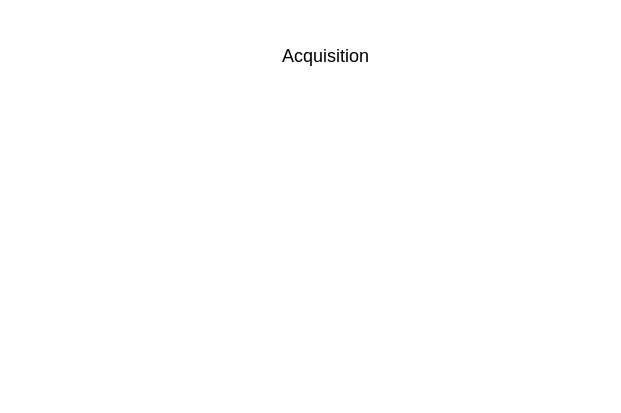
Earlier version of the draw.io diagram tech overview.drawio (jiminmotion/WVV_-72_crowd_density). Source tidied: cells renumbered, new cells numbered last; positions are measured from the earlier drawing's top-left corner, leaving out a move shared by most shapes. Both pictures are drawn from the tidied source at 150%, with x=0, y=0 at pixel (296, 40).
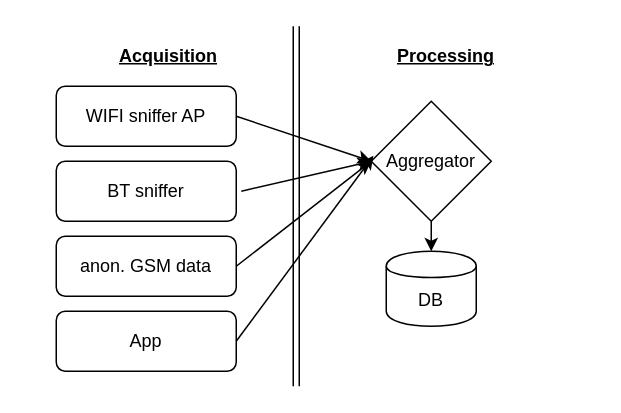
Above is the later version.

The edit, as a diff of the source:
```diff
@@
 <mxGraphModel>
   <root>
     <mxCell id="0" />
     <mxCell id="1" parent="0" />
-    <mxCell id="2" value="Acquisition" style="text;html=1;strokeColor=none;fillColor=none;align=center;verticalAlign=middle;whiteSpace=wrap;rounded=0;" parent="1" vertex="1">
-      <mxGeometry width="40" height="20" as="geometry" />
+    <mxCell id="2" value="&lt;b&gt;&lt;u&gt;Processing&lt;/u&gt;&lt;/b&gt;" style="text;html=1;strokeColor=none;fillColor=none;align=center;verticalAlign=middle;whiteSpace=wrap;rounded=0;" parent="1" vertex="1">
+      <mxGeometry width="200" height="20" as="geometry" />
     </mxCell>
+    <mxCell id="3" value="WIFI sniffer AP" style="rounded=1;whiteSpace=wrap;html=1;" parent="1" vertex="1">
+      <mxGeometry x="-160" y="30" width="120" height="40" as="geometry" />
+    </mxCell>
+    <mxCell id="4" value="BT sniffer" style="rounded=1;whiteSpace=wrap;html=1;" parent="1" vertex="1">
+      <mxGeometry x="-160" y="80" width="120" height="40" as="geometry" />
+    </mxCell>
+    <mxCell id="5" value="anon. GSM data" style="rounded=1;whiteSpace=wrap;html=1;" parent="1" vertex="1">
+      <mxGeometry x="-160" y="130" width="120" height="40" as="geometry" />
+    </mxCell>
+    <mxCell id="6" value="App" style="rounded=1;whiteSpace=wrap;html=1;" parent="1" vertex="1">
+      <mxGeometry x="-160" y="180" width="120" height="40" as="geometry" />
+    </mxCell>
+    <mxCell id="7" style="shape=link;html=1;" parent="1" edge="1">
+      <mxGeometry relative="1" as="geometry">
+        <mxPoint y="230" as="sourcePoint" />
+        <mxPoint y="-10" as="targetPoint" />
+      </mxGeometry>
+    </mxCell>
+    <mxCell id="8" value="&lt;b&gt;&lt;u&gt;Acquisition&lt;/u&gt;&lt;/b&gt;" style="text;html=1;strokeColor=none;fillColor=none;align=center;verticalAlign=middle;whiteSpace=wrap;rounded=0;" parent="1" vertex="1">
+      <mxGeometry x="-180" width="190" height="20" as="geometry" />
+    </mxCell>
+    <mxCell id="9" value="Aggregator" style="rhombus;whiteSpace=wrap;html=1;" parent="1" vertex="1">
+      <mxGeometry x="50" y="40" width="80" height="80" as="geometry" />
+    </mxCell>
+    <mxCell id="10" style="endArrow=classic;html=1;exitX=1;exitY=0.5;exitDx=0;exitDy=0;entryX=0;entryY=0.5;entryDx=0;entryDy=0;" parent="1" edge="1" source="5" target="9">
+      <mxGeometry relative="1" as="geometry" />
+    </mxCell>
+    <mxCell id="11" style="endArrow=classic;html=1;exitX=1;exitY=0.5;exitDx=0;exitDy=0;entryX=0.018;entryY=0.455;entryDx=0;entryDy=0;entryPerimeter=0;" parent="1" edge="1" source="6" target="9">
+      <mxGeometry relative="1" as="geometry" />
+    </mxCell>
+    <mxCell id="12" style="endArrow=classic;html=1;exitX=1.028;exitY=0.5;exitDx=0;exitDy=0;exitPerimeter=0;entryX=0;entryY=0.5;entryDx=0;entryDy=0;" parent="1" edge="1" source="4" target="9">
+      <mxGeometry relative="1" as="geometry" />
+    </mxCell>
+    <mxCell id="13" style="endArrow=classic;html=1;exitX=1;exitY=0.5;exitDx=0;exitDy=0;entryX=0;entryY=0.5;entryDx=0;entryDy=0;" parent="1" edge="1" source="3" target="9">
+      <mxGeometry relative="1" as="geometry" />
+    </mxCell>
+    <mxCell id="14" value="DB" style="shape=cylinder;whiteSpace=wrap;html=1;boundedLbl=1;backgroundOutline=1;" parent="1" vertex="1">
+      <mxGeometry x="60" y="140" width="60" height="50" as="geometry" />
+    </mxCell>
+    <mxCell id="15" style="endArrow=classic;html=1;entryX=0.5;entryY=0;entryDx=0;entryDy=0;exitX=0.5;exitY=1;exitDx=0;exitDy=0;" parent="1" edge="1" source="9" target="14">
+      <mxGeometry relative="1" as="geometry" />
+    </mxCell>
   </root>
 </mxGraphModel>
```
